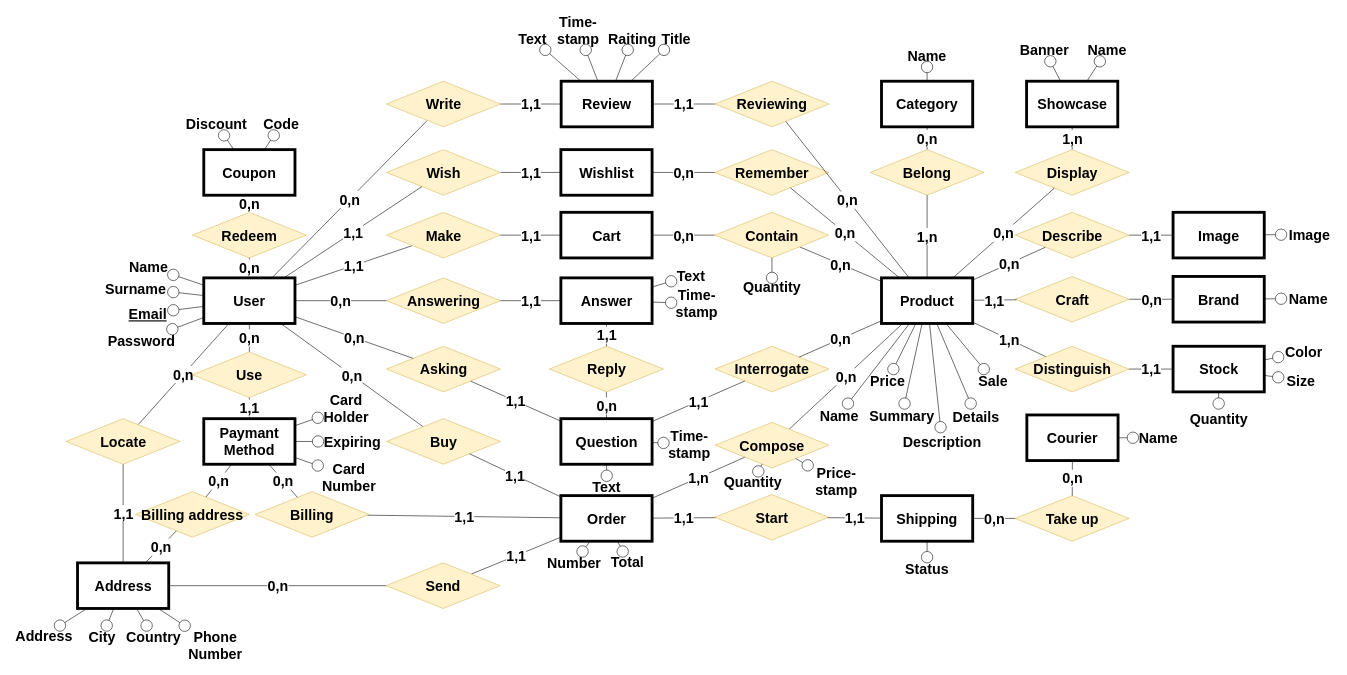
Coccio98/Tecnologie-del-web keeps this draw.io diagram as Tecnologie del web.drawio. Above is the earlier version. Source tidied: cells renumbered, new cells numbered last; positions are measured from the earlier drawing's top-left corner, leaving out a move shared by most shapes. Both pictures are drawn from the tidied source at 57%, with x=0, y=0 at pixel (10, 10).
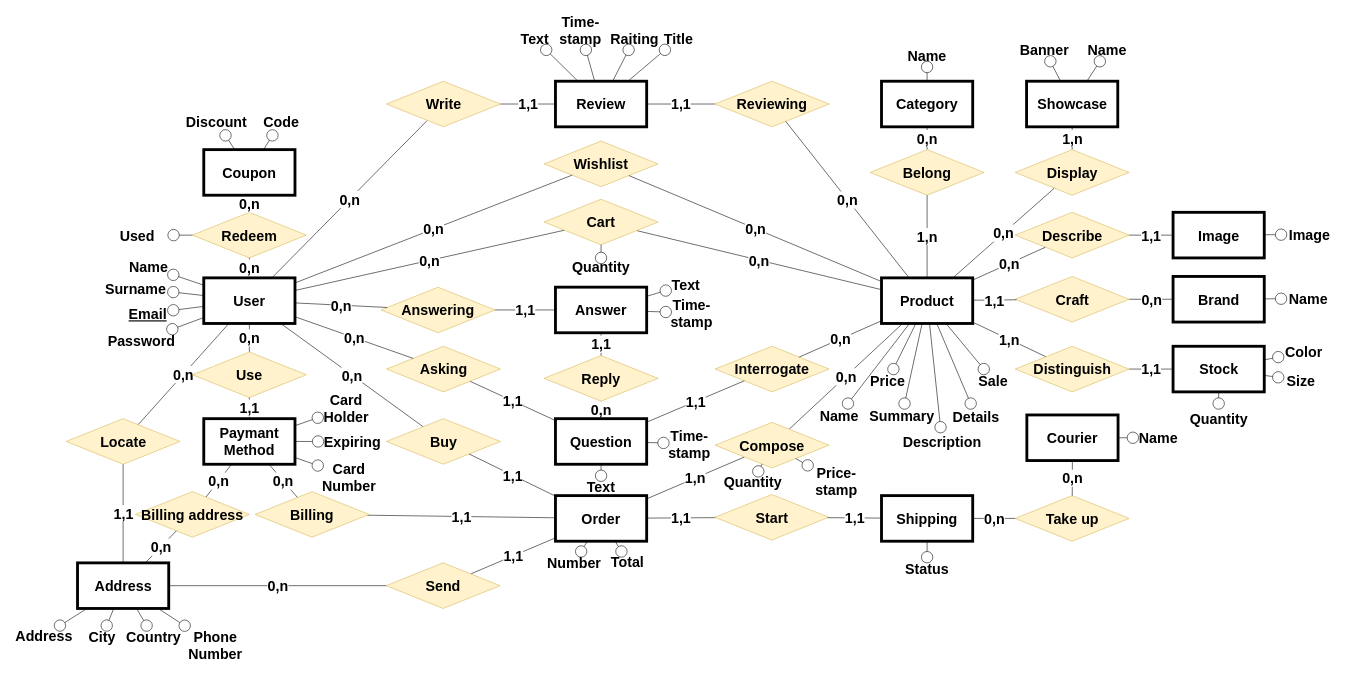
After the change.

Unchanged cells that the change refers to:
```xml
<mxCell id="54" value="Redeem" style="rhombus;whiteSpace=wrap;html=1;fontSize=25;fontStyle=1;fillColor=#fff2cc;strokeColor=#d6b656;" parent="1" vertex="1">
  <mxGeometry x="320" y="355" width="200" height="80" as="geometry" />
</mxCell>
<mxCell id="77" value="User" style="rounded=0;whiteSpace=wrap;html=1;fontSize=25;fontStyle=1;strokeWidth=5;" parent="1" vertex="1">
  <mxGeometry x="340" y="470" width="160" height="80" as="geometry" />
</mxCell>
```

Change to the diagram source:
```diff
@@
-    <mxCell id="3" value="Wishlist" style="rounded=0;whiteSpace=wrap;html=1;fontSize=25;fontStyle=1;strokeWidth=5;" parent="1" vertex="1">
-      <mxGeometry x="966.5" y="245" width="160" height="80" as="geometry" />
-    </mxCell>
-    <mxCell id="4" value="1,1" style="endArrow=none;html=1;fontSize=25;fontStyle=1;" parent="1" edge="1" source="27" target="3">
-      <mxGeometry relative="1" as="geometry" />
-    </mxCell>
-    <mxCell id="5" value="Cart" style="rounded=0;whiteSpace=wrap;html=1;fontSize=25;fontStyle=1;strokeWidth=5;" parent="1" vertex="1">
-      <mxGeometry x="966.5" y="355" width="160" height="80" as="geometry" />
-    </mxCell>
-    <mxCell id="6" value="1,1" style="endArrow=none;html=1;fontSize=25;fontStyle=1;" parent="1" edge="1" source="28" target="77">
-      <mxGeometry relative="1" as="geometry" />
-    </mxCell>
@@
     <mxCell id="22" value="Answering" style="rhombus;whiteSpace=wrap;html=1;fontSize=25;fontStyle=1;fillColor=#fff2cc;strokeColor=#d6b656;" parent="1" vertex="1">
-      <mxGeometry x="660.5" y="470" width="200" height="80" as="geometry" />
+      <mxGeometry x="651" y="486.3" width="200" height="80" as="geometry" />
     </mxCell>
@@
     <mxCell id="25" value="Reply" style="rhombus;whiteSpace=wrap;html=1;fontSize=25;fontStyle=1;fillColor=#fff2cc;strokeColor=#d6b656;" parent="1" vertex="1">
-      <mxGeometry x="946.5" y="590" width="200" height="80" as="geometry" />
+      <mxGeometry x="937" y="606.3" width="200" height="80" as="geometry" />
     </mxCell>
@@
-    <mxCell id="27" value="Wish" style="rhombus;whiteSpace=wrap;html=1;fontSize=25;fontStyle=1;fillColor=#fff2cc;strokeColor=#d6b656;" parent="1" vertex="1">
-      <mxGeometry x="660.5" y="245" width="200" height="80" as="geometry" />
-    </mxCell>
-    <mxCell id="28" value="Make" style="rhombus;whiteSpace=wrap;html=1;fontSize=25;fontStyle=1;fillColor=#fff2cc;strokeColor=#d6b656;" parent="1" vertex="1">
-      <mxGeometry x="660.5" y="355" width="200" height="80" as="geometry" />
-    </mxCell>
-    <mxCell id="29" value="1,1" style="endArrow=none;html=1;fontSize=25;fontStyle=1;" parent="1" edge="1" source="5" target="28">
-      <mxGeometry relative="1" as="geometry" />
-    </mxCell>
@@
-    <mxCell id="43" value="Remember" style="rhombus;whiteSpace=wrap;html=1;fontSize=25;fontStyle=1;fillColor=#fff2cc;strokeColor=#d6b656;" parent="1" vertex="1">
-      <mxGeometry x="1236.5" y="245" width="200" height="80" as="geometry" />
+    <mxCell id="43" value="Wishlist" style="rhombus;whiteSpace=wrap;html=1;fontSize=25;fontStyle=1;fillColor=#fff2cc;strokeColor=#d6b656;" parent="1" vertex="1">
+      <mxGeometry x="937" y="230" width="200" height="80" as="geometry" />
     </mxCell>
@@
-    <mxCell id="66" value="0,n" style="endArrow=none;html=1;fontSize=25;fontStyle=1;" parent="1" edge="1" source="43" target="3">
+    <mxCell id="66" value="0,n" style="endArrow=none;html=1;fontSize=25;fontStyle=1;" parent="1" edge="1" source="43" target="77">
       <mxGeometry relative="1" as="geometry" />
     </mxCell>
-    <mxCell id="67" value="0,n" style="endArrow=none;html=1;fontSize=25;fontStyle=1;" parent="1" edge="1" source="5" target="84">
+    <mxCell id="67" value="0,n" style="endArrow=none;html=1;fontSize=25;fontStyle=1;" parent="1" edge="1" source="77" target="84">
       <mxGeometry relative="1" as="geometry" />
     </mxCell>
@@
-    <mxCell id="72" value="1,1" style="endArrow=none;html=1;fontSize=25;fontStyle=1;" parent="1" edge="1" source="77" target="27">
-      <mxGeometry relative="1" as="geometry" />
-    </mxCell>
@@
     <mxCell id="82" value="Order" style="rounded=0;whiteSpace=wrap;html=1;fontSize=25;fontStyle=1;strokeWidth=5;" parent="1" vertex="1">
-      <mxGeometry x="966.5" y="852" width="160" height="80" as="geometry" />
+      <mxGeometry x="957" y="852" width="160" height="80" as="geometry" />
     </mxCell>
@@
-    <mxCell id="84" value="Contain" style="rhombus;whiteSpace=wrap;html=1;fontSize=25;fontStyle=1;fillColor=#fff2cc;strokeColor=#d6b656;" parent="1" vertex="1">
-      <mxGeometry x="1236.5" y="355" width="200" height="80" as="geometry" />
+    <mxCell id="84" value="Cart" style="rhombus;whiteSpace=wrap;html=1;fontSize=25;fontStyle=1;fillColor=#fff2cc;strokeColor=#d6b656;" parent="1" vertex="1">
+      <mxGeometry x="937" y="332" width="200" height="80" as="geometry" />
     </mxCell>
@@
     <mxCell id="86" value="Answer" style="rounded=0;whiteSpace=wrap;html=1;fontSize=25;fontStyle=1;strokeWidth=5;" parent="1" vertex="1">
-      <mxGeometry x="966.5" y="470" width="160" height="80" as="geometry" />
+      <mxGeometry x="957" y="486.3" width="160" height="80" as="geometry" />
     </mxCell>
     <mxCell id="87" value="Question" style="rounded=0;whiteSpace=wrap;html=1;fontSize=25;fontStyle=1;strokeWidth=5;" parent="1" vertex="1">
-      <mxGeometry x="966.5" y="717" width="160" height="80" as="geometry" />
+      <mxGeometry x="957" y="717" width="160" height="80" as="geometry" />
     </mxCell>
     <mxCell id="88" value="Review" style="rounded=0;whiteSpace=wrap;html=1;fontSize=25;fontStyle=1;strokeWidth=5;" parent="1" vertex="1">
-      <mxGeometry x="967" y="125" width="160" height="80" as="geometry" />
+      <mxGeometry x="957" y="125" width="160" height="80" as="geometry" />
     </mxCell>
@@
     <mxCell id="125" value="Text" style="text;html=1;strokeColor=none;fillColor=none;align=center;verticalAlign=middle;whiteSpace=wrap;rounded=0;fontSize=25;fontStyle=1;" parent="1" vertex="1">
-      <mxGeometry x="1160" y="445.5" width="70" height="40" as="geometry" />
+      <mxGeometry x="1150.5" y="461.8" width="70" height="40" as="geometry" />
     </mxCell>
@@
     <mxCell id="127" value="Time-stamp" style="text;html=1;strokeColor=none;fillColor=none;align=center;verticalAlign=middle;whiteSpace=wrap;rounded=0;fontSize=25;fontStyle=1;" parent="1" vertex="1">
-      <mxGeometry x="1160" y="490" width="90" height="50" as="geometry" />
+      <mxGeometry x="1150.5" y="506.3" width="90" height="50" as="geometry" />
     </mxCell>
@@
     <mxCell id="129" value="Text" style="text;html=1;strokeColor=none;fillColor=none;align=center;verticalAlign=middle;whiteSpace=wrap;rounded=0;fontSize=25;fontStyle=1;" parent="1" vertex="1">
-      <mxGeometry x="1012" y="817.2" width="70" height="40" as="geometry" />
+      <mxGeometry x="1002" y="817.2" width="70" height="40" as="geometry" />
     </mxCell>
@@
     <mxCell id="134" value="Code" style="text;html=1;strokeColor=none;fillColor=none;align=center;verticalAlign=middle;whiteSpace=wrap;rounded=0;fontSize=25;fontStyle=1;" parent="1" vertex="1">
-      <mxGeometry x="439" y="180" width="74" height="40" as="geometry" />
+      <mxGeometry x="439" y="170" width="74" height="50" as="geometry" />
     </mxCell>
@@
     <mxCell id="136" value="Discount" style="text;html=1;strokeColor=none;fillColor=none;align=center;verticalAlign=middle;whiteSpace=wrap;rounded=0;fontSize=25;fontStyle=1;" parent="1" vertex="1">
-      <mxGeometry x="298.5" y="180" width="127" height="40" as="geometry" />
+      <mxGeometry x="298.5" y="170" width="127" height="50" as="geometry" />
     </mxCell>
     <mxCell id="137" value="Text" style="text;html=1;strokeColor=none;fillColor=none;align=center;verticalAlign=middle;whiteSpace=wrap;rounded=0;fontSize=25;fontStyle=1;" parent="1" vertex="1">
-      <mxGeometry x="886.5" y="30" width="60" height="40" as="geometry" />
+      <mxGeometry x="890.5" y="30" width="60" height="40" as="geometry" />
     </mxCell>
@@
     <mxCell id="139" value="Time-stamp" style="text;html=1;strokeColor=none;fillColor=none;align=center;verticalAlign=middle;whiteSpace=wrap;rounded=0;fontSize=25;fontStyle=1;" parent="1" vertex="1">
-      <mxGeometry x="946.5" width="100" height="70" as="geometry" />
+      <mxGeometry x="950.5" width="100" height="70" as="geometry" />
     </mxCell>
@@
     <mxCell id="141" value="Raiting" style="text;html=1;strokeColor=none;fillColor=none;align=center;verticalAlign=middle;whiteSpace=wrap;rounded=0;fontSize=25;fontStyle=1;" parent="1" vertex="1">
-      <mxGeometry x="1036.5" y="30" width="110" height="40" as="geometry" />
+      <mxGeometry x="1040.5" y="30" width="110" height="40" as="geometry" />
     </mxCell>
@@
     <mxCell id="143" value="Title" style="text;html=1;strokeColor=none;fillColor=none;align=center;verticalAlign=middle;whiteSpace=wrap;rounded=0;fontSize=25;fontStyle=1;" parent="1" vertex="1">
-      <mxGeometry x="1138.5" y="30" width="60" height="40" as="geometry" />
+      <mxGeometry x="1142.5" y="30" width="60" height="40" as="geometry" />
     </mxCell>
@@
     <mxCell id="163" value="Quantity" style="text;html=1;strokeColor=none;fillColor=none;align=center;verticalAlign=middle;whiteSpace=wrap;rounded=0;fontSize=25;fontStyle=1;" parent="1" vertex="1">
-      <mxGeometry x="1277" y="470" width="120" height="30" as="geometry" />
+      <mxGeometry x="977" y="435" width="120" height="30" as="geometry" />
     </mxCell>
@@
+    <mxCell id="179" style="endArrow=none;html=1;fontSize=15;startArrow=oval;startFill=0;strokeWidth=1;startSize=20;" parent="1" edge="1" source="180" target="54">
+      <mxGeometry relative="1" as="geometry" />
+    </mxCell>
+    <mxCell id="180" value="Used" style="text;html=1;strokeColor=none;fillColor=none;align=center;verticalAlign=middle;whiteSpace=wrap;rounded=0;fontSize=25;fontStyle=1;" parent="1" vertex="1">
+      <mxGeometry x="160" y="375" width="127" height="40" as="geometry" />
+    </mxCell>
```
